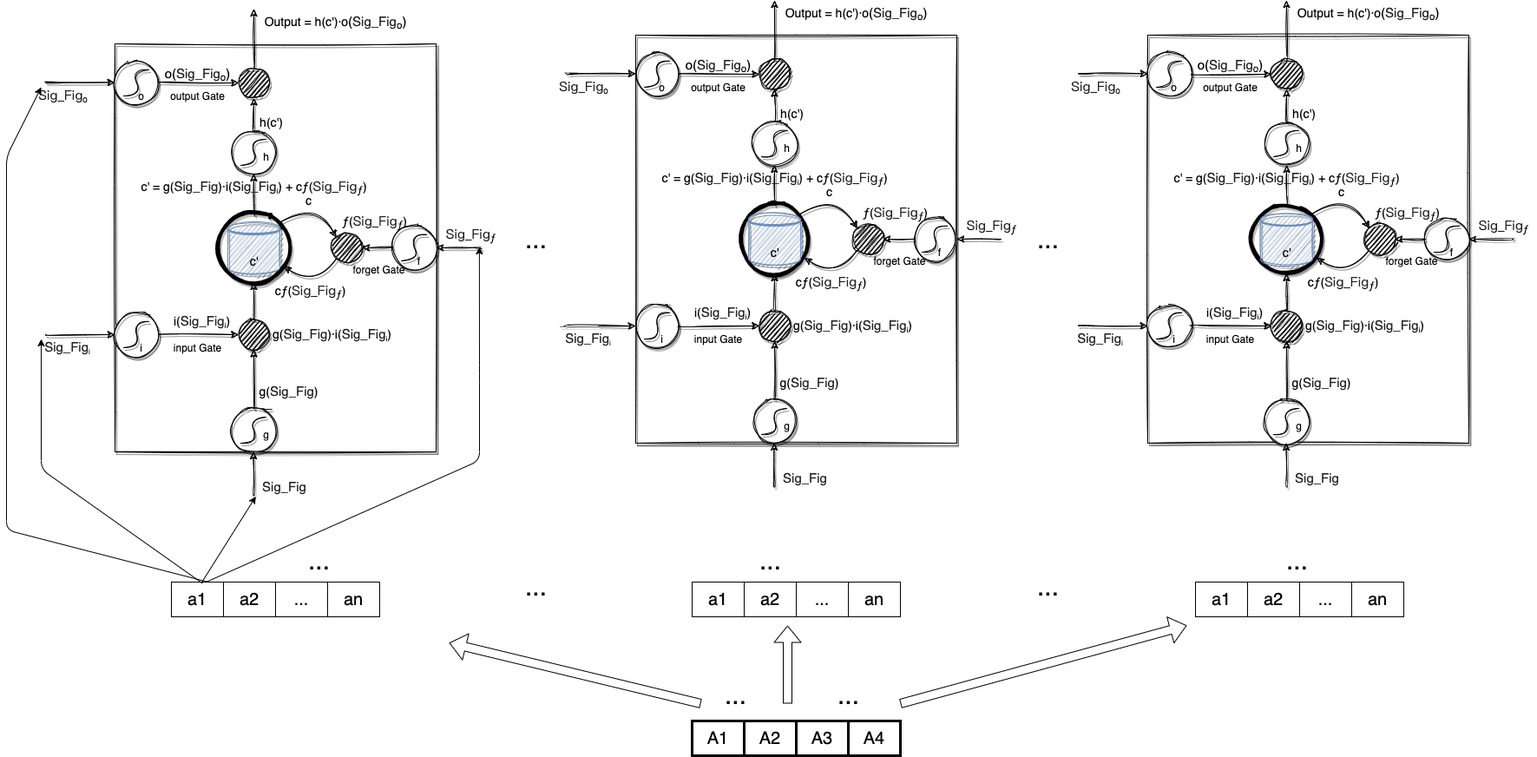
Before: PicGo-Core/LSTM_All_Cell.png, a diagram exported from draw.io (Peachfart/IMG). Source tidied: cells renumbered, new cells last; positions are measured from the earlier drawing's top-left corner, leaving out a move shared by most shapes.
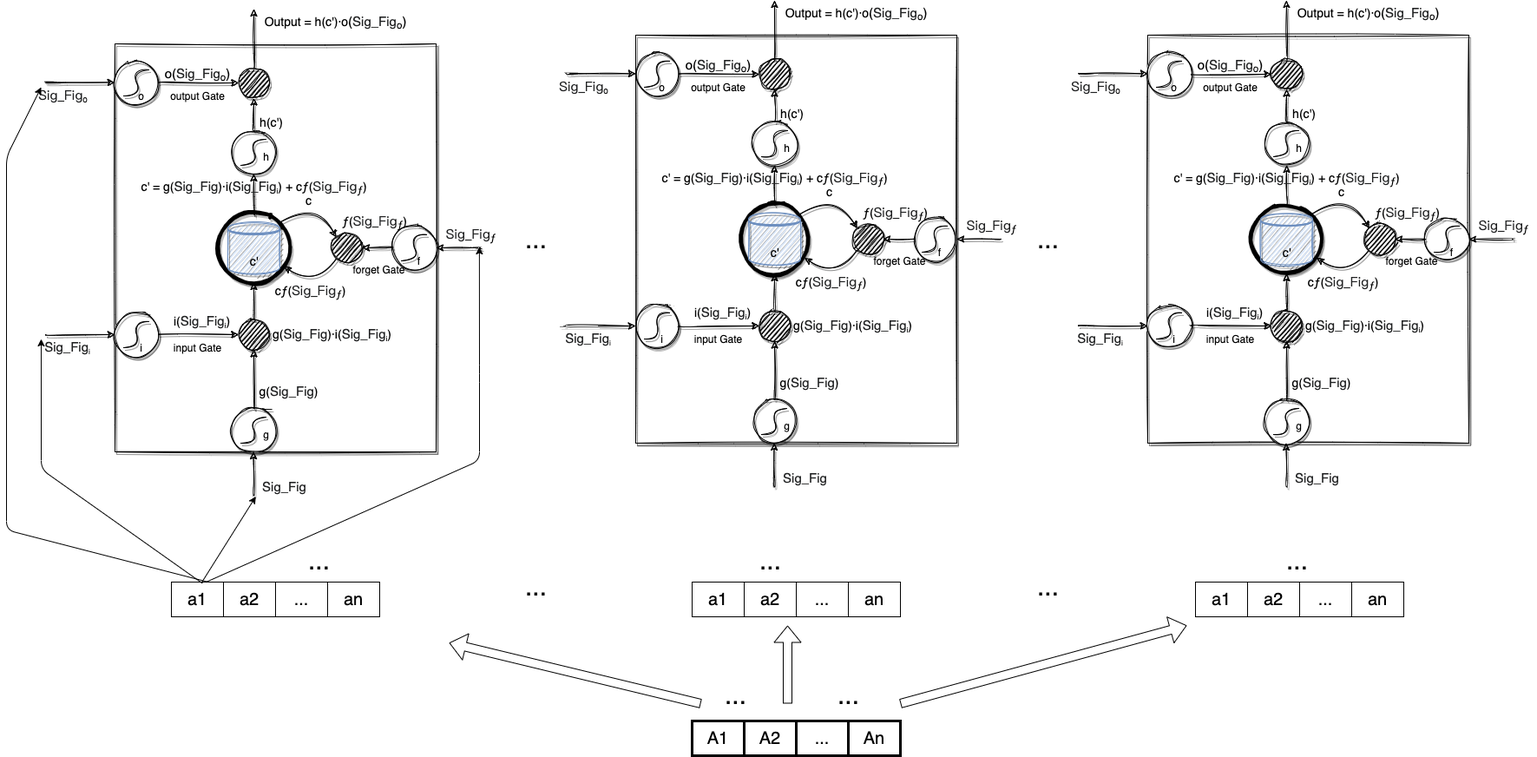
The same file after the commit.

Change to the diagram source:
```diff
@@ -712,10 +712,10 @@
     <mxCell id="184" value="A2" style="shape=partialRectangle;html=1;whiteSpace=wrap;overflow=hidden;fillColor=none;top=0;left=0;bottom=0;right=0;fontSize=20;" parent="182" vertex="1">
       <mxGeometry x="60" width="60" height="40" as="geometry" />
     </mxCell>
-    <mxCell id="185" value="A3" style="shape=partialRectangle;html=1;whiteSpace=wrap;overflow=hidden;fillColor=none;top=0;left=0;bottom=0;right=0;fontSize=20;" parent="182" vertex="1">
+    <mxCell id="185" value="..." style="shape=partialRectangle;html=1;whiteSpace=wrap;overflow=hidden;fillColor=none;top=0;left=0;bottom=0;right=0;fontSize=20;" parent="182" vertex="1">
       <mxGeometry x="120" width="60" height="40" as="geometry" />
     </mxCell>
-    <mxCell id="186" value="A4" style="shape=partialRectangle;html=1;whiteSpace=wrap;overflow=hidden;fillColor=none;top=0;left=0;bottom=0;right=0;fontSize=20;" parent="182" vertex="1">
+    <mxCell id="186" value="An" style="shape=partialRectangle;html=1;whiteSpace=wrap;overflow=hidden;fillColor=none;top=0;left=0;bottom=0;right=0;fontSize=20;" parent="182" vertex="1">
       <mxGeometry x="180" width="60" height="40" as="geometry" />
     </mxCell>
     <mxCell id="187" style="shape=flexArrow;endArrow=classic;html=1;fontSize=20;" parent="162" edge="1">
```
